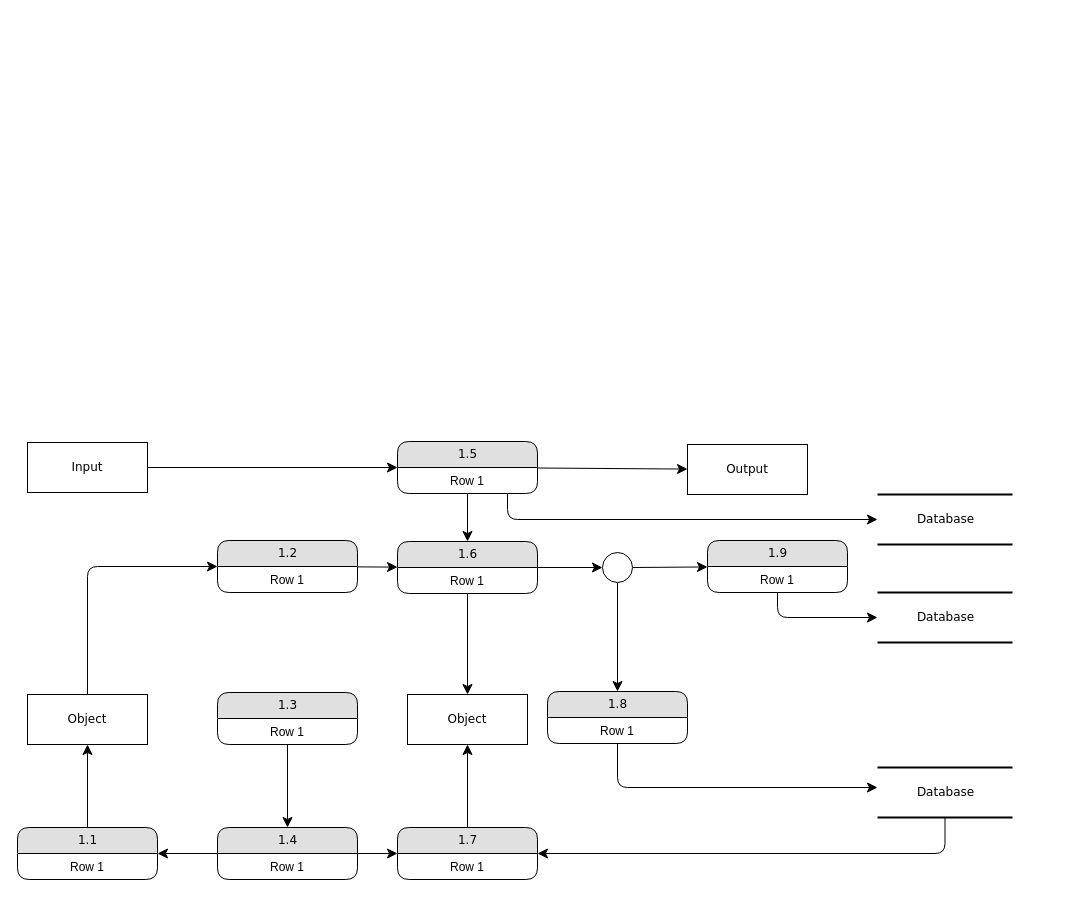
ThorPandit/HydroSense-IoT keeps this draw.io diagram as HydroSense IoT.drawio. Above is the earlier version. Source tidied: cells renumbered, new cells numbered last; positions are measured from the earlier drawing's top-left corner, leaving out a move shared by most shapes. Both pictures are drawn from the tidied source at 100%, with x=0, y=0 at pixel (17, 441).
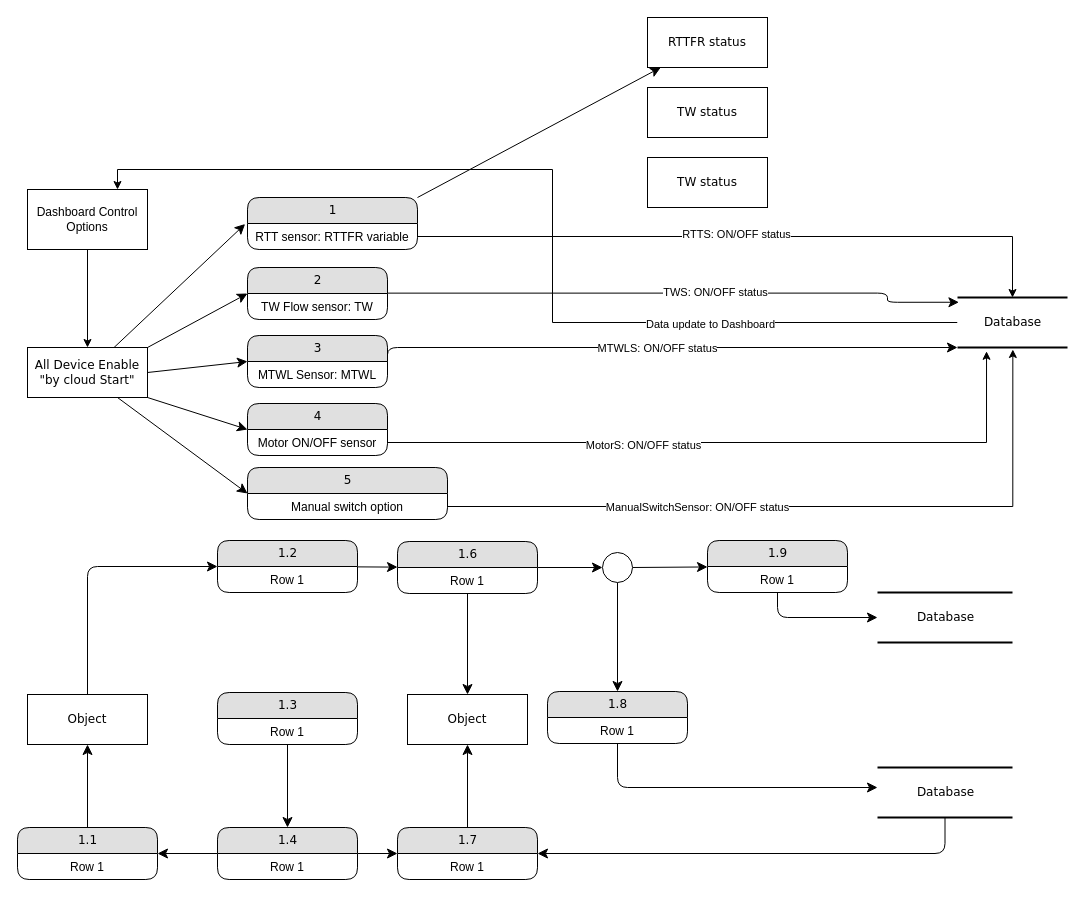
Above is the later version.

Unchanged cells that the change refers to:
```xml
<mxCell id="16" value="1.6" style="swimlane;html=1;fontStyle=0;horizontal=1;startSize=26;fillColor=#e0e0e0;swimlaneFillColor=#ffffff;align=center;rounded=1;shadow=0;comic=0;labelBackgroundColor=none;strokeWidth=1;fontFamily=Verdana;fontSize=12;" parent="1" vertex="1">
  <mxGeometry x="380" y="100" width="140" height="52" as="geometry" />
</mxCell>
```

What changed in the source:
```diff
@@
+    <mxCell id="46" style="edgeStyle=orthogonalEdgeStyle;rounded=0;jettySize=auto;html=1;entryX=0.75;entryY=0;entryDx=0;entryDy=0;" parent="1" edge="1" source="2" target="71">
+      <mxGeometry relative="1" as="geometry" />
+    </mxCell>
+    <mxCell id="47" value="Data update to Dashboard" style="edgeLabel;html=1;align=center;verticalAlign=middle;" parent="46" vertex="1">
+      <mxGeometry x="-0.51" y="1" relative="1" as="geometry" />
+    </mxCell>
     <mxCell id="2" value="Database" style="html=1;rounded=0;shadow=0;comic=0;labelBackgroundColor=none;strokeWidth=2;fontFamily=Verdana;fontSize=12;align=center;shape=mxgraph.ios7ui.horLines;" parent="1" vertex="1">
-      <mxGeometry x="860" y="53" width="135" height="50" as="geometry" />
+      <mxGeometry x="940" y="-144" width="110" height="50" as="geometry" />
     </mxCell>
@@
-    <mxCell id="4" value="Output" style="whiteSpace=wrap;html=1;rounded=0;shadow=0;comic=0;labelBackgroundColor=none;strokeWidth=1;fontFamily=Verdana;fontSize=12;align=center;" parent="1" vertex="1">
-      <mxGeometry x="670" y="3" width="120" height="50" as="geometry" />
+    <mxCell id="4" value="RTTFR status" style="whiteSpace=wrap;html=1;rounded=0;shadow=0;comic=0;labelBackgroundColor=none;strokeWidth=1;fontFamily=Verdana;fontSize=12;align=center;" parent="1" vertex="1">
+      <mxGeometry x="630" y="-424" width="120" height="50" as="geometry" />
     </mxCell>
-    <mxCell id="5" style="edgeStyle=none;html=1;labelBackgroundColor=none;startFill=0;startSize=8;endFill=1;endSize=8;fontFamily=Verdana;fontSize=12;" parent="1" edge="1" source="6" target="10">
+    <mxCell id="5" style="edgeStyle=none;html=1;labelBackgroundColor=none;startFill=0;startSize=8;endFill=1;endSize=8;fontFamily=Verdana;fontSize=12;entryX=-0.014;entryY=0.021;entryDx=0;entryDy=0;entryPerimeter=0;" parent="1" edge="1" source="6" target="11">
       <mxGeometry relative="1" as="geometry" />
     </mxCell>
-    <mxCell id="6" value="Input" style="whiteSpace=wrap;html=1;rounded=0;shadow=0;comic=0;labelBackgroundColor=none;strokeWidth=1;fontFamily=Verdana;fontSize=12;align=center;" parent="1" vertex="1">
-      <mxGeometry x="10" y="1" width="120" height="50" as="geometry" />
+    <mxCell id="6" value="All Device Enable &quot;by cloud Start&quot;" style="whiteSpace=wrap;html=1;rounded=0;shadow=0;comic=0;labelBackgroundColor=none;strokeWidth=1;fontFamily=Verdana;fontSize=12;align=center;" parent="1" vertex="1">
+      <mxGeometry x="10" y="-94" width="120" height="50" as="geometry" />
     </mxCell>
-    <mxCell id="7" style="edgeStyle=none;html=1;labelBackgroundColor=none;startFill=0;startSize=8;endFill=1;endSize=8;fontFamily=Verdana;fontSize=12;" parent="1" edge="1" source="10" target="4">
+    <mxCell id="7" style="edgeStyle=none;html=1;labelBackgroundColor=none;startFill=0;startSize=8;endFill=1;endSize=8;fontFamily=Verdana;fontSize=12;exitX=1;exitY=0;exitDx=0;exitDy=0;" parent="1" edge="1" source="10" target="4">
       <mxGeometry relative="1" as="geometry" />
     </mxCell>
-    <mxCell id="8" style="edgeStyle=none;html=1;labelBackgroundColor=none;startFill=0;startSize=8;endFill=1;endSize=8;fontFamily=Verdana;fontSize=12;" parent="1" edge="1" source="10" target="16">
-      <mxGeometry relative="1" as="geometry" />
-    </mxCell>
-    <mxCell id="9" style="edgeStyle=orthogonalEdgeStyle;html=1;labelBackgroundColor=none;startFill=0;startSize=8;endFill=1;endSize=8;fontFamily=Verdana;fontSize=12;" parent="1" edge="1" source="10" target="2">
-      <mxGeometry relative="1" as="geometry">
-        <Array as="points">
-          <mxPoint x="490" y="78" />
-        </Array>
-      </mxGeometry>
-    </mxCell>
-    <mxCell id="10" value="1.5" style="swimlane;html=1;fontStyle=0;horizontal=1;startSize=26;fillColor=#e0e0e0;swimlaneFillColor=#ffffff;align=center;rounded=1;shadow=0;comic=0;labelBackgroundColor=none;strokeWidth=1;fontFamily=Verdana;fontSize=12;" parent="1" vertex="1">
-      <mxGeometry x="380" width="140" height="52" as="geometry" />
+    <mxCell id="10" value="1" style="swimlane;html=1;fontStyle=0;horizontal=1;startSize=26;fillColor=#e0e0e0;swimlaneFillColor=#ffffff;align=center;rounded=1;shadow=0;comic=0;labelBackgroundColor=none;strokeWidth=1;fontFamily=Verdana;fontSize=12;" parent="1" vertex="1">
+      <mxGeometry x="230" y="-244" width="170" height="52" as="geometry" />
     </mxCell>
-    <mxCell id="11" value="Row 1" style="text;html=1;strokeColor=none;fillColor=none;spacingLeft=4;spacingRight=4;whiteSpace=wrap;overflow=hidden;points=[[0,0.5],[1,0.5]];portConstraint=eastwest;align=center;" parent="10" vertex="1">
-      <mxGeometry y="26" width="140" height="26" as="geometry" />
+    <mxCell id="11" value="RTT sensor: RTTFR variable" style="text;html=1;strokeColor=none;fillColor=none;spacingLeft=4;spacingRight=4;whiteSpace=wrap;overflow=hidden;points=[[0,0.5],[1,0.5]];portConstraint=eastwest;align=center;" parent="10" vertex="1">
+      <mxGeometry y="26" width="170" height="26" as="geometry" />
     </mxCell>
@@
+    <mxCell id="48" value="2" style="swimlane;html=1;fontStyle=0;horizontal=1;startSize=26;fillColor=#e0e0e0;swimlaneFillColor=#ffffff;align=center;rounded=1;shadow=0;comic=0;labelBackgroundColor=none;strokeWidth=1;fontFamily=Verdana;fontSize=12;" parent="1" vertex="1">
+      <mxGeometry x="230" y="-174" width="140" height="52" as="geometry" />
+    </mxCell>
+    <mxCell id="49" value="TW Flow sensor: TW" style="text;html=1;strokeColor=none;fillColor=none;spacingLeft=4;spacingRight=4;whiteSpace=wrap;overflow=hidden;points=[[0,0.5],[1,0.5]];portConstraint=eastwest;align=center;" parent="48" vertex="1">
+      <mxGeometry y="26" width="140" height="26" as="geometry" />
+    </mxCell>
+    <mxCell id="50" style="edgeStyle=none;html=1;labelBackgroundColor=none;startFill=0;startSize=8;endFill=1;endSize=8;fontFamily=Verdana;fontSize=12;entryX=0;entryY=0.5;entryDx=0;entryDy=0;exitX=1;exitY=0;exitDx=0;exitDy=0;" parent="1" edge="1" source="6" target="48">
+      <mxGeometry relative="1" as="geometry" />
+    </mxCell>
+    <mxCell id="51" value="3" style="swimlane;html=1;fontStyle=0;horizontal=1;startSize=26;fillColor=#e0e0e0;swimlaneFillColor=#ffffff;align=center;rounded=1;shadow=0;comic=0;labelBackgroundColor=none;strokeWidth=1;fontFamily=Verdana;fontSize=12;" parent="1" vertex="1">
+      <mxGeometry x="230" y="-106" width="140" height="52" as="geometry" />
+    </mxCell>
+    <mxCell id="52" value="MTWL Sensor: MTWL" style="text;html=1;strokeColor=none;fillColor=none;spacingLeft=4;spacingRight=4;whiteSpace=wrap;overflow=hidden;align=center;" parent="51" vertex="1">
+      <mxGeometry y="26" width="140" height="26" as="geometry" />
+    </mxCell>
+    <mxCell id="53" style="edgeStyle=none;html=1;labelBackgroundColor=none;startFill=0;startSize=8;endFill=1;endSize=8;fontFamily=Verdana;fontSize=12;entryX=0;entryY=0.5;entryDx=0;entryDy=0;exitX=1;exitY=0.5;exitDx=0;exitDy=0;" parent="1" edge="1" source="6" target="51">
+      <mxGeometry relative="1" as="geometry" />
+    </mxCell>
+    <mxCell id="54" value="4" style="swimlane;html=1;fontStyle=0;horizontal=1;startSize=26;fillColor=#e0e0e0;swimlaneFillColor=#ffffff;align=center;rounded=1;shadow=0;comic=0;labelBackgroundColor=none;strokeWidth=1;fontFamily=Verdana;fontSize=12;" parent="1" vertex="1">
+      <mxGeometry x="230" y="-38" width="140" height="52" as="geometry" />
+    </mxCell>
+    <mxCell id="55" value="Motor ON/OFF sensor" style="text;html=1;strokeColor=none;fillColor=none;spacingLeft=4;spacingRight=4;whiteSpace=wrap;overflow=hidden;points=[[0,0.5],[1,0.5]];portConstraint=eastwest;align=center;" parent="54" vertex="1">
+      <mxGeometry y="26" width="140" height="26" as="geometry" />
+    </mxCell>
+    <mxCell id="56" style="edgeStyle=none;html=1;labelBackgroundColor=none;startFill=0;startSize=8;endFill=1;endSize=8;fontFamily=Verdana;fontSize=12;entryX=0;entryY=0.5;entryDx=0;entryDy=0;exitX=1;exitY=1;exitDx=0;exitDy=0;" parent="1" edge="1" source="6" target="54">
+      <mxGeometry relative="1" as="geometry" />
+    </mxCell>
+    <mxCell id="57" value="5" style="swimlane;html=1;fontStyle=0;horizontal=1;startSize=26;fillColor=#e0e0e0;swimlaneFillColor=#ffffff;align=center;rounded=1;shadow=0;comic=0;labelBackgroundColor=none;strokeWidth=1;fontFamily=Verdana;fontSize=12;" parent="1" vertex="1">
+      <mxGeometry x="230" y="26" width="200" height="52" as="geometry" />
+    </mxCell>
+    <mxCell id="58" value="Manual switch option" style="text;html=1;strokeColor=none;fillColor=none;spacingLeft=4;spacingRight=4;whiteSpace=wrap;overflow=hidden;points=[[0,0.5],[1,0.5]];portConstraint=eastwest;align=center;" parent="57" vertex="1">
+      <mxGeometry y="26" width="200" height="26" as="geometry" />
+    </mxCell>
+    <mxCell id="59" style="edgeStyle=none;html=1;labelBackgroundColor=none;startFill=0;startSize=8;endFill=1;endSize=8;fontFamily=Verdana;fontSize=12;entryX=0;entryY=0.5;entryDx=0;entryDy=0;exitX=0.75;exitY=1;exitDx=0;exitDy=0;" parent="1" edge="1" source="6" target="57">
+      <mxGeometry relative="1" as="geometry" />
+    </mxCell>
+    <mxCell id="60" style="edgeStyle=orthogonalEdgeStyle;html=1;labelBackgroundColor=none;startFill=0;startSize=8;endFill=1;endSize=8;fontFamily=Verdana;fontSize=12;exitX=0.999;exitY=-0.014;exitDx=0;exitDy=0;exitPerimeter=0;entryX=0.013;entryY=0.095;entryDx=0;entryDy=0;entryPerimeter=0;" parent="1" edge="1" source="49" target="2">
+      <mxGeometry relative="1" as="geometry">
+        <Array as="points">
+          <mxPoint x="870" y="-148" />
+          <mxPoint x="870" y="-139" />
+        </Array>
+      </mxGeometry>
+    </mxCell>
+    <mxCell id="61" value="TWS: ON/OFF status" style="edgeLabel;html=1;align=center;verticalAlign=middle;" parent="60" vertex="1">
+      <mxGeometry x="0.13" y="1" relative="1" as="geometry" />
+    </mxCell>
+    <mxCell id="62" style="edgeStyle=orthogonalEdgeStyle;html=1;labelBackgroundColor=none;startFill=0;startSize=8;endFill=1;endSize=8;fontFamily=Verdana;fontSize=12;exitX=1;exitY=0.5;exitDx=0;exitDy=0;" parent="1" edge="1" source="51" target="2">
+      <mxGeometry relative="1" as="geometry">
+        <Array as="points">
+          <mxPoint x="370" y="-94" />
+        </Array>
+      </mxGeometry>
+    </mxCell>
+    <mxCell id="63" value="MTWLS: ON/OFF status" style="edgeLabel;html=1;align=center;verticalAlign=middle;" parent="62" vertex="1">
+      <mxGeometry x="-0.03" relative="1" as="geometry" />
+    </mxCell>
+    <mxCell id="64" style="edgeStyle=orthogonalEdgeStyle;rounded=0;jettySize=auto;html=1;" parent="1" edge="1" source="11" target="2">
+      <mxGeometry relative="1" as="geometry" />
+    </mxCell>
+    <mxCell id="65" value="RTTS: ON/OFF status" style="edgeLabel;html=1;align=center;verticalAlign=middle;" parent="64" vertex="1">
+      <mxGeometry x="-0.03" y="3" relative="1" as="geometry" />
+    </mxCell>
+    <mxCell id="66" style="edgeStyle=orthogonalEdgeStyle;rounded=0;jettySize=auto;html=1;entryX=0.264;entryY=1.076;entryDx=0;entryDy=0;entryPerimeter=0;" parent="1" edge="1" source="55" target="2">
+      <mxGeometry relative="1" as="geometry" />
+    </mxCell>
+    <mxCell id="67" value="MotorS: ON/OFF status" style="edgeLabel;html=1;align=center;verticalAlign=middle;" parent="66" vertex="1">
+      <mxGeometry x="-0.26" y="-2" relative="1" as="geometry" />
+    </mxCell>
+    <mxCell id="68" style="edgeStyle=orthogonalEdgeStyle;rounded=0;jettySize=auto;html=1;entryX=0.503;entryY=1.04;entryDx=0;entryDy=0;entryPerimeter=0;" parent="1" edge="1" source="58" target="2">
+      <mxGeometry relative="1" as="geometry" />
+    </mxCell>
+    <mxCell id="69" value="ManualSwitchSensor: ON/OFF status" style="edgeLabel;html=1;align=center;verticalAlign=middle;" parent="68" vertex="1">
+      <mxGeometry x="-0.31" relative="1" as="geometry" />
+    </mxCell>
+    <mxCell id="70" style="edgeStyle=orthogonalEdgeStyle;rounded=0;jettySize=auto;html=1;" parent="1" edge="1" source="71" target="6">
+      <mxGeometry relative="1" as="geometry" />
+    </mxCell>
+    <mxCell id="71" value="Dashboard Control Options" style="rounded=0;whiteSpace=wrap;html=1;" parent="1" vertex="1">
+      <mxGeometry x="10" y="-252" width="120" height="60" as="geometry" />
+    </mxCell>
+    <mxCell id="72" value="TW status" style="whiteSpace=wrap;html=1;rounded=0;shadow=0;comic=0;labelBackgroundColor=none;strokeWidth=1;fontFamily=Verdana;fontSize=12;align=center;" parent="1" vertex="1">
+      <mxGeometry x="630" y="-354" width="120" height="50" as="geometry" />
+    </mxCell>
+    <mxCell id="73" value="TW status" style="whiteSpace=wrap;html=1;rounded=0;shadow=0;comic=0;labelBackgroundColor=none;strokeWidth=1;fontFamily=Verdana;fontSize=12;align=center;" parent="1" vertex="1">
+      <mxGeometry x="630" y="-284" width="120" height="50" as="geometry" />
+    </mxCell>
```
